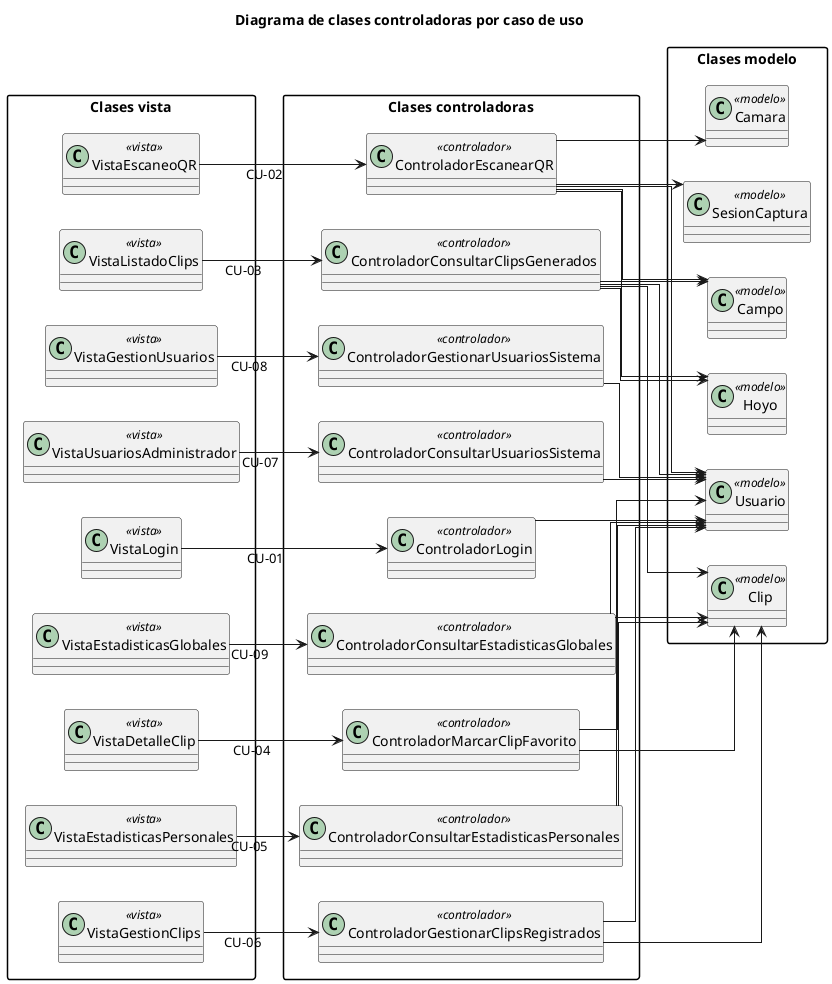
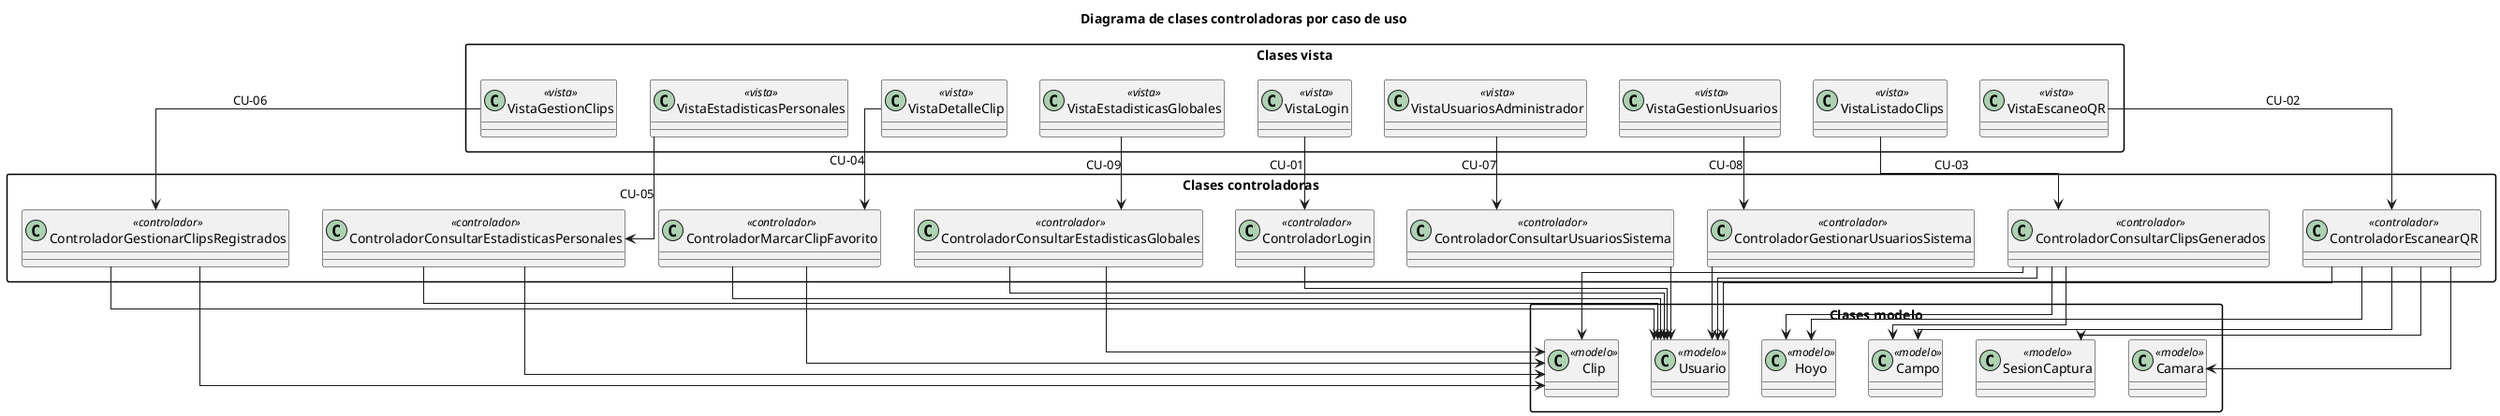
@startuml
title Diagrama de clases controladoras por caso de uso

skinparam classAttributeIconSize 0
skinparam shadowing false
skinparam linetype ortho
skinparam packageStyle rectangle

- left to right direction
+ top to bottom direction

package "Clases vista" {
  class VistaLogin <<vista>>
  class VistaEscaneoQR <<vista>>
  class VistaListadoClips <<vista>>
  class VistaDetalleClip <<vista>>
  class VistaEstadisticasPersonales <<vista>>
  class VistaGestionClips <<vista>>
  class VistaUsuariosAdministrador <<vista>>
  class VistaGestionUsuarios <<vista>>
  class VistaEstadisticasGlobales <<vista>>
}

package "Clases controladoras" {
  class ControladorLogin <<controlador>>
  class ControladorEscanearQR <<controlador>>
  class ControladorConsultarClipsGenerados <<controlador>>
  class ControladorMarcarClipFavorito <<controlador>>
  class ControladorConsultarEstadisticasPersonales <<controlador>>
  class ControladorGestionarClipsRegistrados <<controlador>>
  class ControladorConsultarUsuariosSistema <<controlador>>
  class ControladorGestionarUsuariosSistema <<controlador>>
  class ControladorConsultarEstadisticasGlobales <<controlador>>
}

package "Clases modelo" {
  class Usuario <<modelo>>
  class Campo <<modelo>>
  class Hoyo <<modelo>>
  class Camara <<modelo>>
  class SesionCaptura <<modelo>>
  class Clip <<modelo>>
}

' Relaciones Vista -> Controlador
VistaLogin --> ControladorLogin : CU-01
VistaEscaneoQR --> ControladorEscanearQR : CU-02
VistaListadoClips --> ControladorConsultarClipsGenerados : CU-03
VistaDetalleClip --> ControladorMarcarClipFavorito : CU-04
VistaEstadisticasPersonales --> ControladorConsultarEstadisticasPersonales : CU-05
VistaGestionClips --> ControladorGestionarClipsRegistrados : CU-06
VistaUsuariosAdministrador --> ControladorConsultarUsuariosSistema : CU-07
VistaGestionUsuarios --> ControladorGestionarUsuariosSistema : CU-08
VistaEstadisticasGlobales --> ControladorConsultarEstadisticasGlobales : CU-09

' Relaciones Controlador -> Modelo
ControladorLogin --> Usuario

ControladorEscanearQR --> Usuario
ControladorEscanearQR --> Camara
ControladorEscanearQR --> Campo
ControladorEscanearQR --> Hoyo
ControladorEscanearQR --> SesionCaptura

ControladorConsultarClipsGenerados --> Usuario
ControladorConsultarClipsGenerados --> Clip
ControladorConsultarClipsGenerados --> Campo
ControladorConsultarClipsGenerados --> Hoyo

ControladorMarcarClipFavorito --> Usuario
ControladorMarcarClipFavorito --> Clip

ControladorConsultarEstadisticasPersonales --> Usuario
ControladorConsultarEstadisticasPersonales --> Clip

ControladorGestionarClipsRegistrados --> Usuario
ControladorGestionarClipsRegistrados --> Clip

ControladorConsultarUsuariosSistema --> Usuario

ControladorGestionarUsuariosSistema --> Usuario

ControladorConsultarEstadisticasGlobales --> Usuario
ControladorConsultarEstadisticasGlobales --> Clip

@enduml